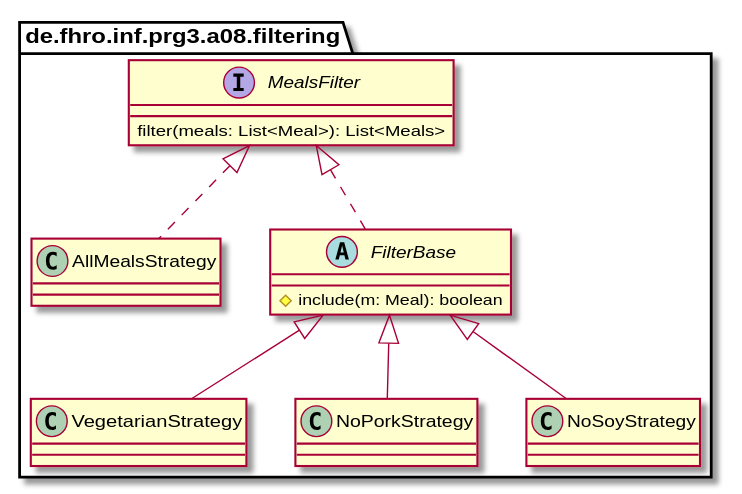
The PlantUML diagram assets/images/FilteringStrategies.svg in ohm-softa/08-singleton-factory-strategy-android, before a commit.
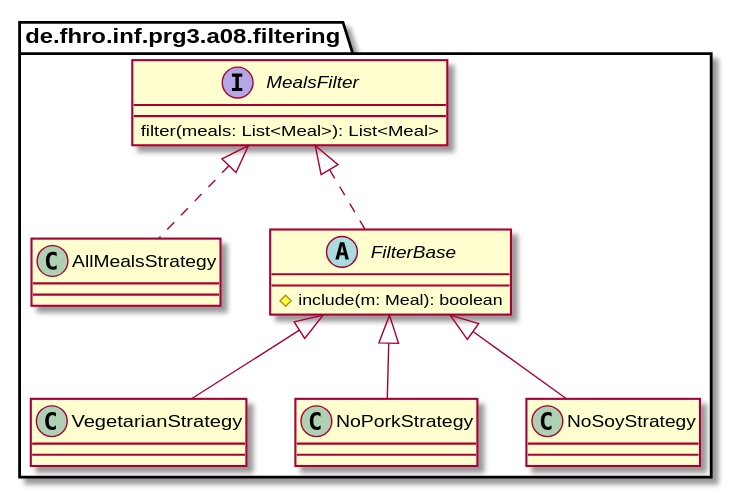
The same file after the commit.

Commit message:
Fixed typo in UML

What changed in the source:
```diff
@@ -3,7 +3,7 @@
 package de.fhro.inf.prg3.a08.filtering {
 
     interface MealsFilter {
-        filter(meals: List<Meal>): List<Meals>
+        filter(meals: List<Meal>): List<Meal>
     }
 
     class AllMealsStrategy implements MealsFilter {
```
